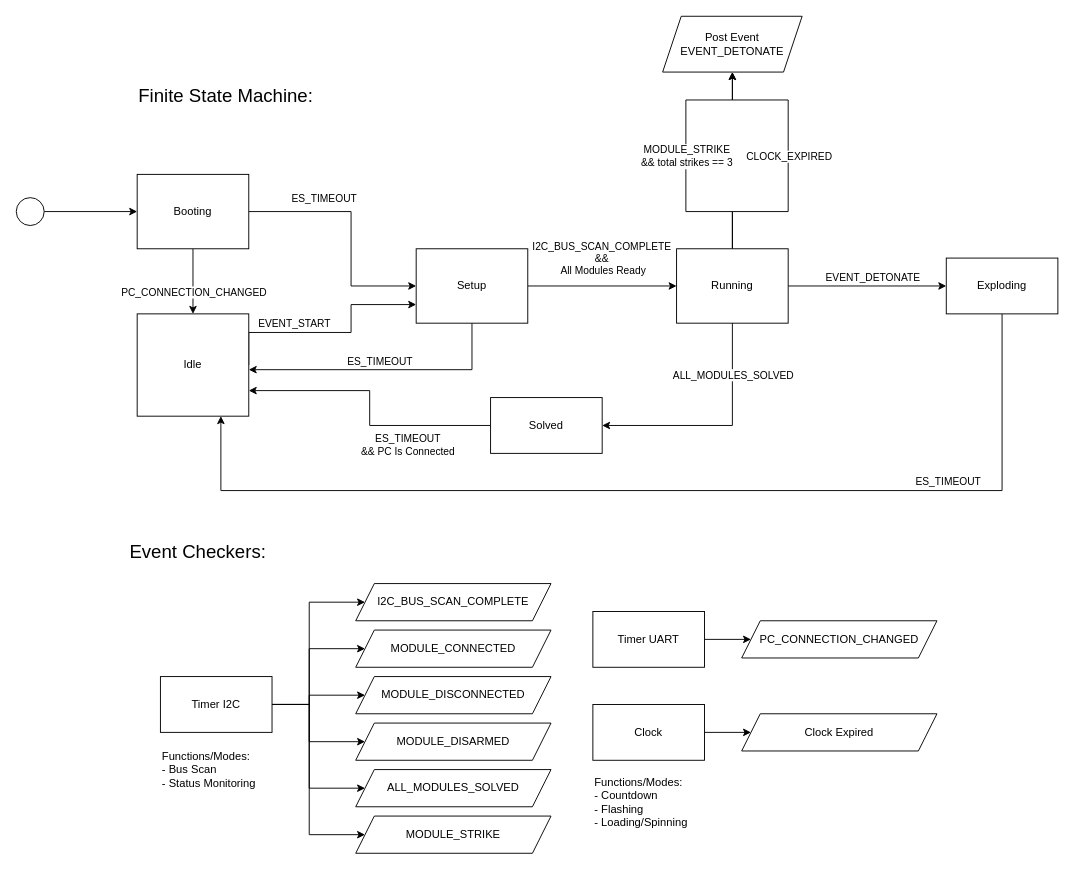
JaidenK/KTaNE keeps this draw.io diagram as page "Finite State Machine" (4 of 5) of documentation/TimerFSM.drawio. Above is the earlier version. Source tidied: cells renumbered, new cells numbered last; positions are measured from the earlier drawing's top-left corner, leaving out a move shared by most shapes. Both pictures are drawn from the tidied source at 93%, with x=0, y=0 at pixel (16, 16).
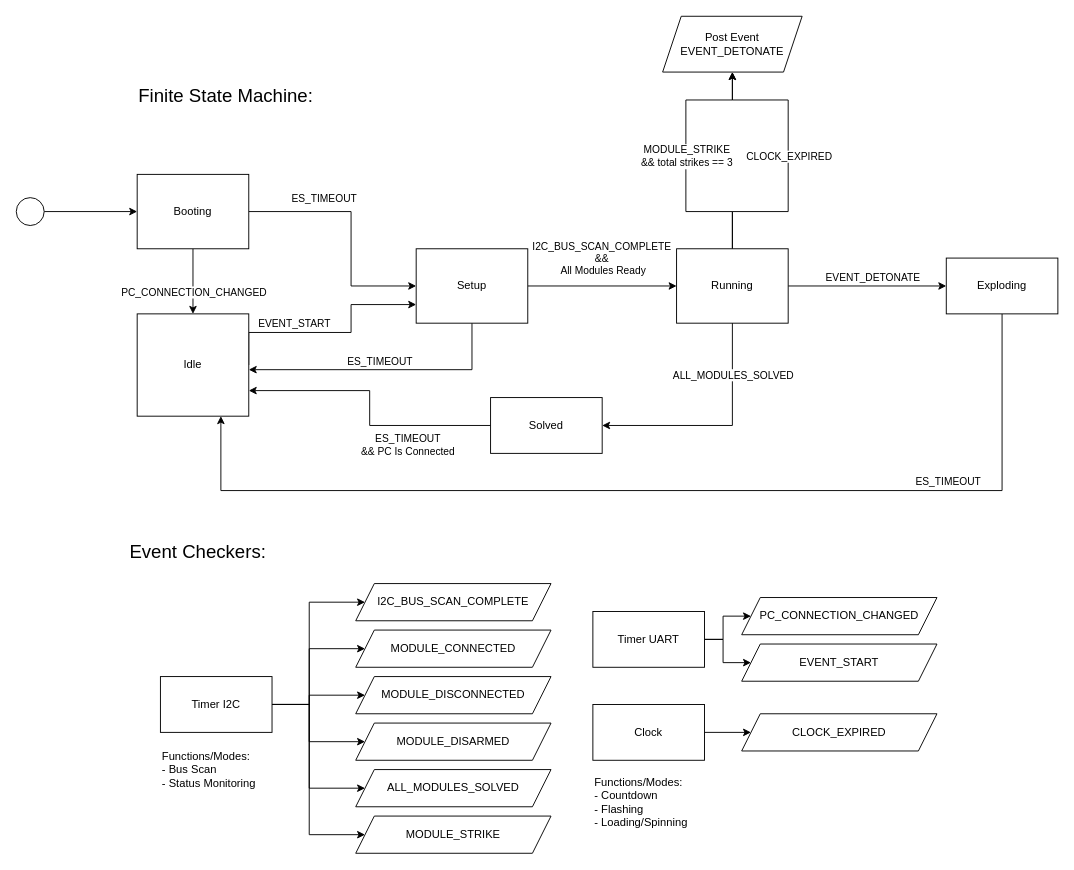
The same page after the edit.

Unchanged cells that the change refers to:
```xml
<mxCell id="47" value="Timer UART" style="rounded=0;whiteSpace=wrap;html=1;" parent="1" vertex="1">
  <mxGeometry x="620" y="640" width="120" height="60" as="geometry" />
</mxCell>
```

Diff of the diagram source:
```diff
@@
+    <mxCell id="56" style="edgeStyle=orthogonalEdgeStyle;rounded=0;jettySize=auto;html=1;entryX=0;entryY=0.5;entryDx=0;entryDy=0;" parent="1" edge="1" source="47" target="57">
+      <mxGeometry relative="1" as="geometry" />
+    </mxCell>
@@
     <mxCell id="48" value="PC_CONNECTION_CHANGED" style="shape=parallelogram;perimeter=parallelogramPerimeter;whiteSpace=wrap;html=1;fixedSize=1;" parent="1" vertex="1">
-      <mxGeometry x="780" y="650" width="210" height="40" as="geometry" />
+      <mxGeometry x="780" y="625" width="210" height="40" as="geometry" />
     </mxCell>
@@
-    <mxCell id="51" value="Clock Expired" style="shape=parallelogram;perimeter=parallelogramPerimeter;whiteSpace=wrap;html=1;fixedSize=1;" parent="1" vertex="1">
+    <mxCell id="51" value="CLOCK_EXPIRED" style="shape=parallelogram;perimeter=parallelogramPerimeter;whiteSpace=wrap;html=1;fixedSize=1;" parent="1" vertex="1">
       <mxGeometry x="780" y="750" width="210" height="40" as="geometry" />
     </mxCell>
@@
+    <mxCell id="57" value="EVENT_START" style="shape=parallelogram;perimeter=parallelogramPerimeter;whiteSpace=wrap;html=1;fixedSize=1;" parent="1" vertex="1">
+      <mxGeometry x="780" y="675" width="210" height="40" as="geometry" />
+    </mxCell>
```
